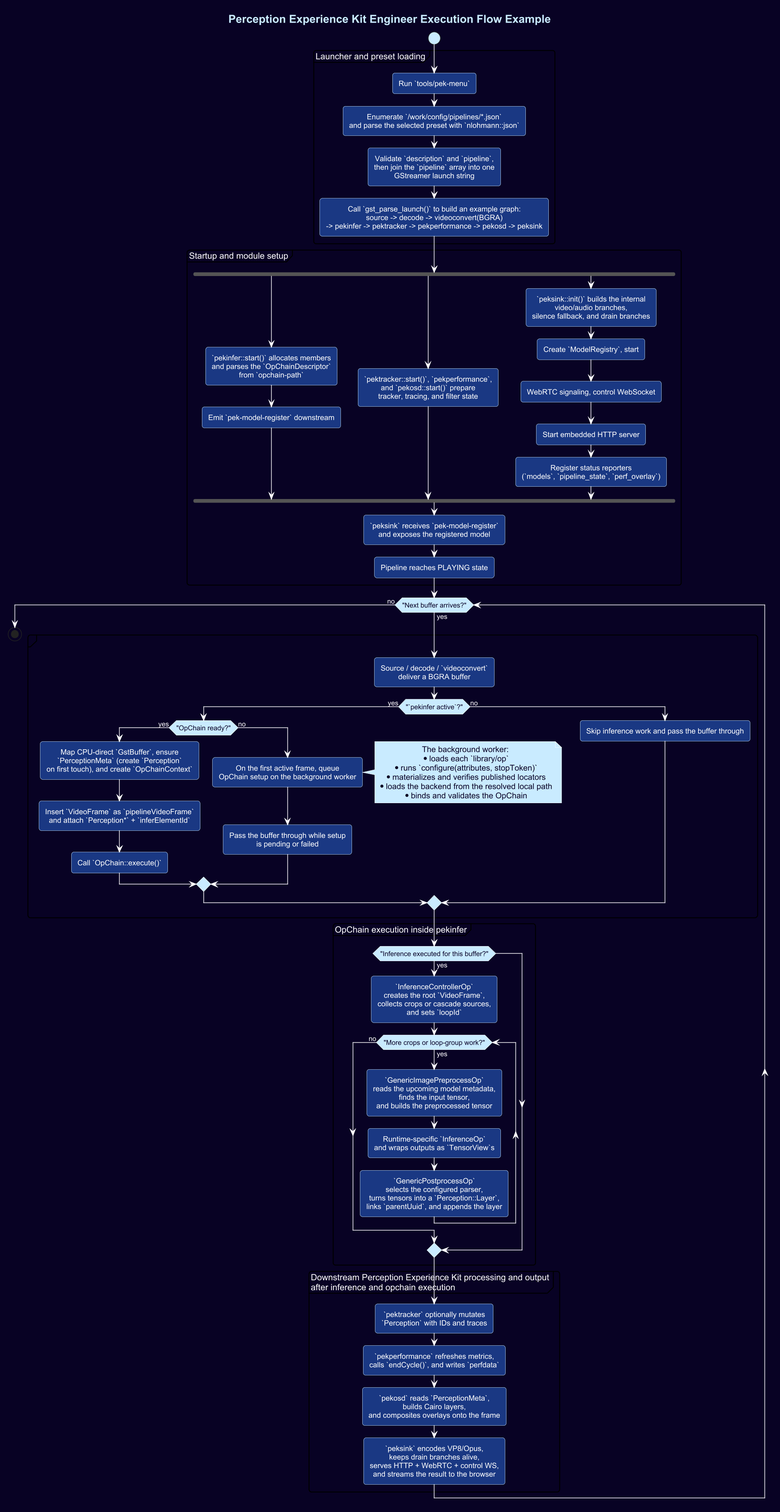
arm/open-perception-kit keeps this PlantUML diagram as docs/public/static/img/execution-flow.png. Above is the earlier version.
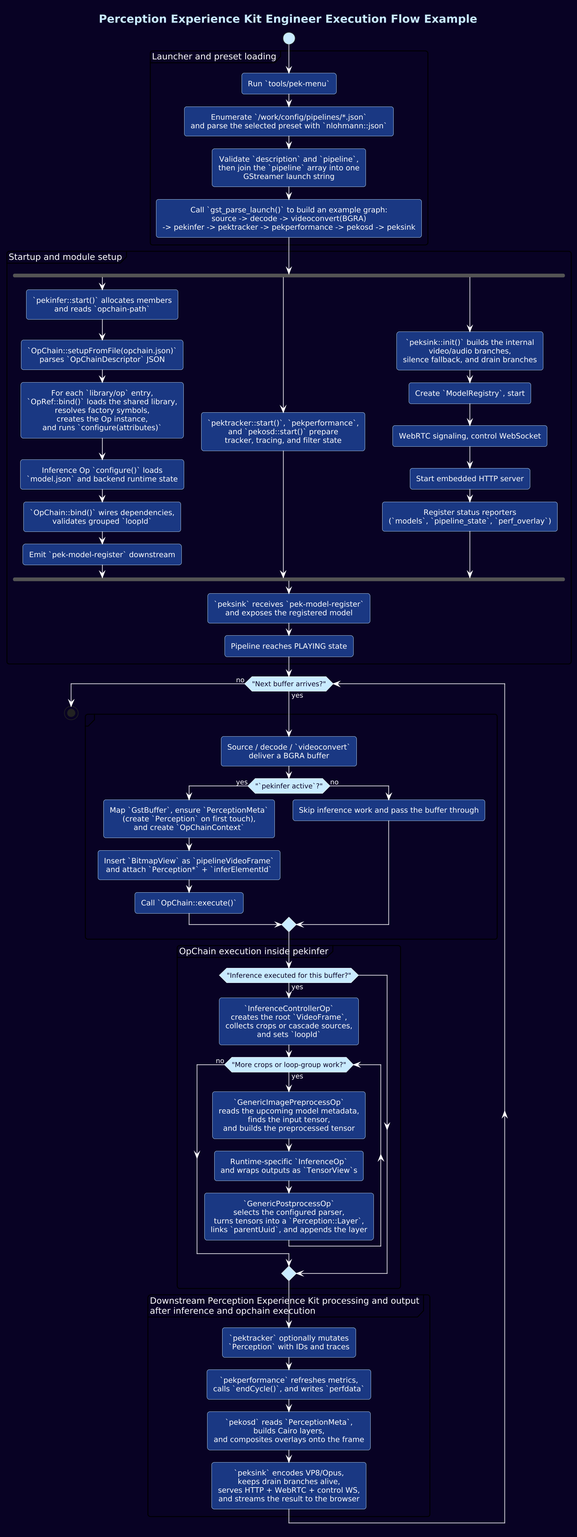
Later version of the same file.

What changed in the source:
```diff
@@ -14,7 +14,11 @@
 
 partition "Startup and module setup" {
   fork
-    :`pekinfer::start()` allocates members\nand parses the `OpChainDescriptor`\nfrom `opchain-path`;
+    :`pekinfer::start()` allocates members\nand reads `opchain-path`;
+    :`OpChain::setupFromFile(opchain.json)`\nparses `OpChainDescriptor` JSON;
+    :For each `library/op` entry,\n`OpRef::bind()` loads the shared library,\nresolves factory symbols,\ncreates the Op instance,\nand runs `configure(attributes)`;
+    :Inference Op `configure()` loads\n`model.json` and backend runtime state;
+    :`OpChain::bind()` wires dependencies,\nvalidates grouped `loopId`;
     :Emit `pek-model-register` downstream;
   fork again
     :`pektracker::start()`, `pekperformance`,\nand `pekosd::start()` prepare\ntracker, tracing, and filter state;
@@ -33,22 +37,9 @@
   partition "" {
     :Source / decode / `videoconvert`\ndeliver a BGRA buffer;
     if ("`pekinfer active`?") then (yes)
-      if ("OpChain ready?") then (yes)
-        :Map CPU-direct `GstBuffer`, ensure\n`PerceptionMeta` (create `Perception`\non first touch), and create `OpChainContext`;
-        :Insert `VideoFrame` as `pipelineVideoFrame`\nand attach `Perception*` + `inferElementId`;
-        :Call `OpChain::execute()`;
-      else (no)
-        :On the first active frame, queue\nOpChain setup on the background worker;
-        note right
-          The background worker:
-          * loads each `library/op`
-          * runs `configure(attributes, stopToken)`
-          * materializes and verifies published locators
-          * loads the backend from the resolved local path
-          * binds and validates the OpChain
-        end note
-        :Pass the buffer through while setup\nis pending or failed;
-      endif
+      :Map `GstBuffer`, ensure `PerceptionMeta`\n(create `Perception` on first touch),\nand create `OpChainContext`;
+      :Insert `BitmapView` as `pipelineVideoFrame`\nand attach `Perception*` + `inferElementId`;
+      :Call `OpChain::execute()`;
     else (no)
       :Skip inference work and pass the buffer through;
     endif
```
